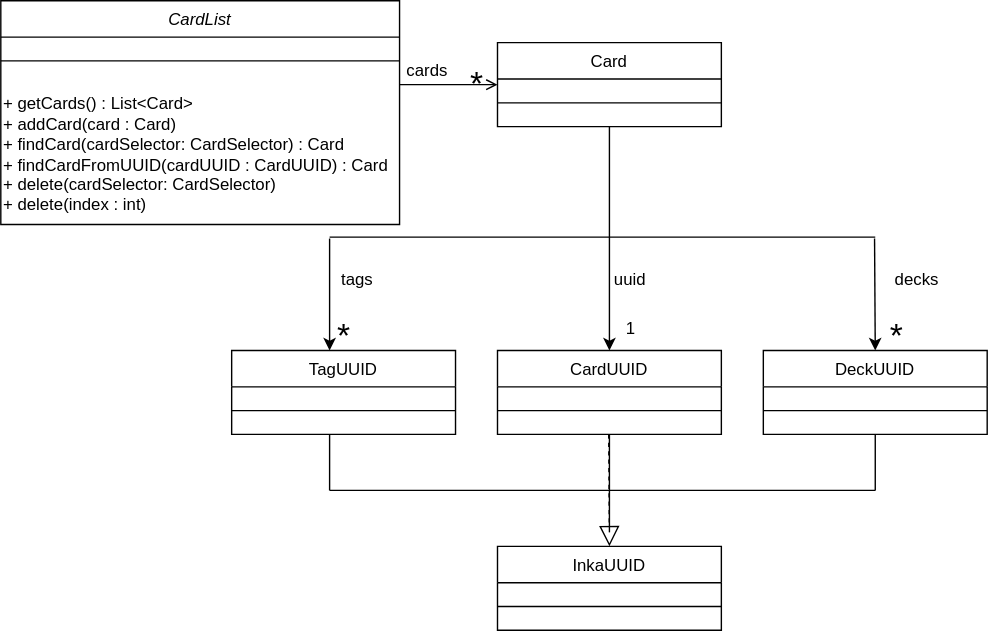
Before: docs/img/CardListClass.svg, a diagram exported from draw.io (nus-cs2113-AY2223S2/tp). Source tidied: cells renumbered, new cells last; positions are measured from the earlier drawing's top-left corner, leaving out a move shared by most shapes.
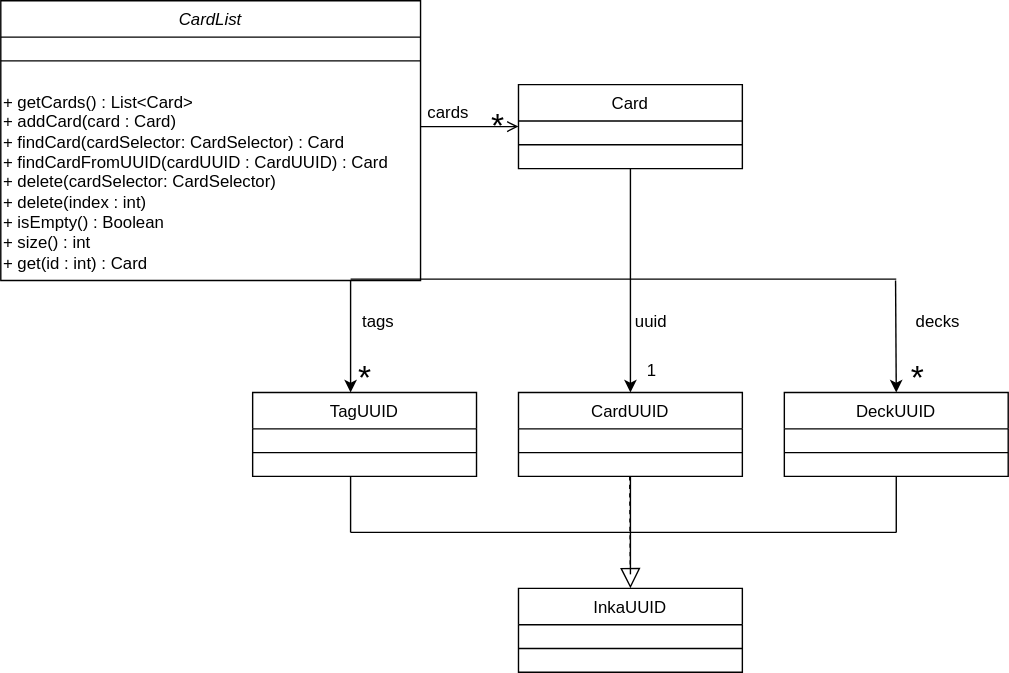
Later version of the same file.

Commit message:
docs : fix class diagrams for tagList and cardList

What changed in the source:
```diff
@@ -3,13 +3,13 @@
     <mxCell id="0" />
     <mxCell id="1" parent="0" />
     <mxCell id="2" value="CardList" style="swimlane;fontStyle=2;align=center;verticalAlign=top;horizontal=1;startSize=26;rounded=0;shadow=0;strokeWidth=1;" parent="1" vertex="1">
-      <mxGeometry width="285" height="160" as="geometry" />
+      <mxGeometry x="-15" y="-30" width="300" height="200" as="geometry" />
     </mxCell>
     <mxCell id="3" style="line;html=1;strokeWidth=1;align=left;verticalAlign=middle;spacingTop=-1;spacingLeft=3;spacingRight=3;labelPosition=right;" parent="2" vertex="1">
-      <mxGeometry y="26" width="285" height="34" as="geometry" />
+      <mxGeometry y="26" width="300" height="34" as="geometry" />
     </mxCell>
-    <mxCell id="4" value="+ getCards() : List&amp;lt;Card&amp;gt;&lt;br&gt;+ addCard(card : Card)&amp;nbsp;&lt;br style=&quot;border-color: var(--border-color);&quot;&gt;+ findCard(cardSelector: CardSelector) : Card&lt;br&gt;+ findCardFromUUID(cardUUID : CardUUID) : Card&lt;br&gt;+ delete(cardSelector: CardSelector)&amp;nbsp;&lt;br&gt;+ delete(index : int)" style="text;html=1;align=left;verticalAlign=middle;strokeColor=none;fillColor=none;" parent="2" vertex="1">
-      <mxGeometry y="60" width="285" height="100" as="geometry" />
+    <mxCell id="4" value="+ getCards() : List&amp;lt;Card&amp;gt;&lt;br&gt;+ addCard(card : Card)&amp;nbsp;&lt;br style=&quot;border-color: var(--border-color);&quot;&gt;+ findCard(cardSelector: CardSelector) : Card&lt;br&gt;+ findCardFromUUID(cardUUID : CardUUID) : Card&lt;br&gt;+ delete(cardSelector: CardSelector)&amp;nbsp;&lt;br&gt;+ delete(index : int)&lt;br&gt;+ isEmpty() : Boolean&lt;br&gt;+ size() : int&lt;br&gt;+ get(id : int) : Card" style="text;html=1;align=left;verticalAlign=middle;strokeColor=none;fillColor=none;" parent="2" vertex="1">
+      <mxGeometry y="60" width="300" height="140" as="geometry" />
     </mxCell>
     <mxCell id="5" value="InkaUUID" style="swimlane;fontStyle=0;align=center;verticalAlign=top;horizontal=1;startSize=26;rounded=0;shadow=0;strokeWidth=1;" parent="1" vertex="1">
       <mxGeometry x="355" y="390" width="160" height="60" as="geometry" />
```
